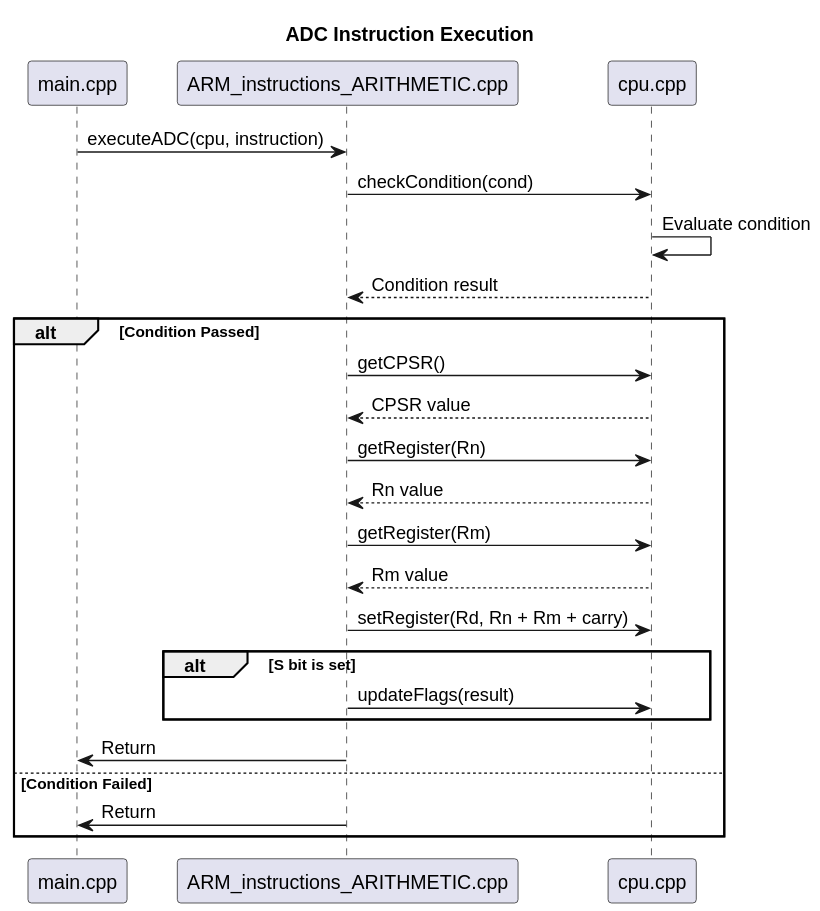
tylermaginnis/ARM7DTMIEMULATOR keeps this PlantUML diagram as docs/diagrams/ARITHMETIC/result/ADC.svg. Above is the earlier version. Its diagram source:
```plantuml
@startuml
title ADC Instruction Execution

participant "main.cpp" as Main
participant "ARM_instructions_ARITHMETIC.cpp" as ARITH
participant "cpu.cpp" as CPU

Main -> ARITH: executeADC(cpu, instruction)
ARITH -> CPU: checkCondition(cond)
CPU -> CPU: Evaluate condition
CPU --> ARITH: Condition result
alt Condition Passed
    ARITH -> CPU: getCPSR()
    CPU --> ARITH: CPSR value
    ARITH -> CPU: getRegister(Rn)
    CPU --> ARITH: Rn value
    ARITH -> CPU: getRegister(Rm)
    CPU --> ARITH: Rm value
    ARITH -> CPU: setRegister(Rd, Rn + Rm + carry)
    alt S bit is set
        ARITH -> CPU: updateFlags(result)
    end
    ARITH -> Main: Return
else Condition Failed
    ARITH -> Main: Return
end
@enduml
```
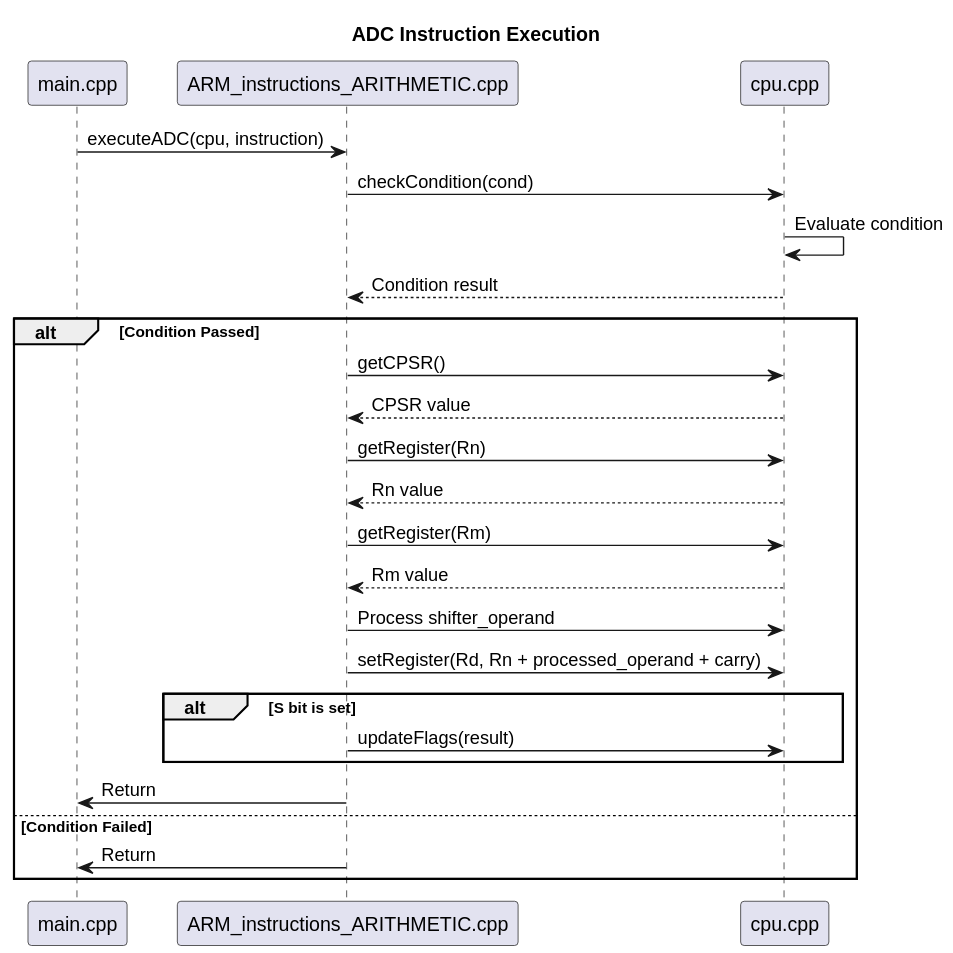
Later version of the same file.

Commit message:
Update Implementation Detail of ADC w/ Shifter Operand

Diff of the diagram source:
```diff
@@ -16,7 +16,8 @@
     CPU --> ARITH: Rn value
     ARITH -> CPU: getRegister(Rm)
     CPU --> ARITH: Rm value
-    ARITH -> CPU: setRegister(Rd, Rn + Rm + carry)
+    ARITH -> CPU: Process shifter_operand
+    ARITH -> CPU: setRegister(Rd, Rn + processed_operand + carry)
     alt S bit is set
         ARITH -> CPU: updateFlags(result)
     end
```
